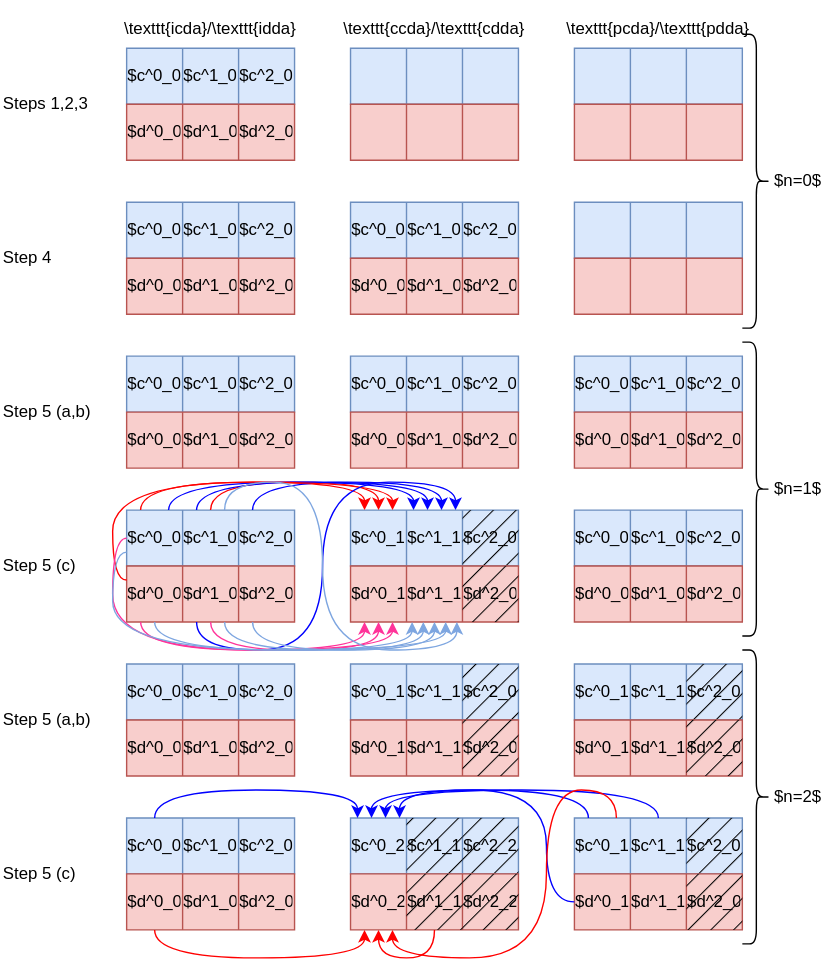
The draw.io diagram img/aim_qnm/arrays.svg in lucass-carneiro/phd-thesis, before a commit. Source tidied: cells renumbered, new cells last; positions are measured from the earlier drawing's top-left corner, leaving out a move shared by most shapes.
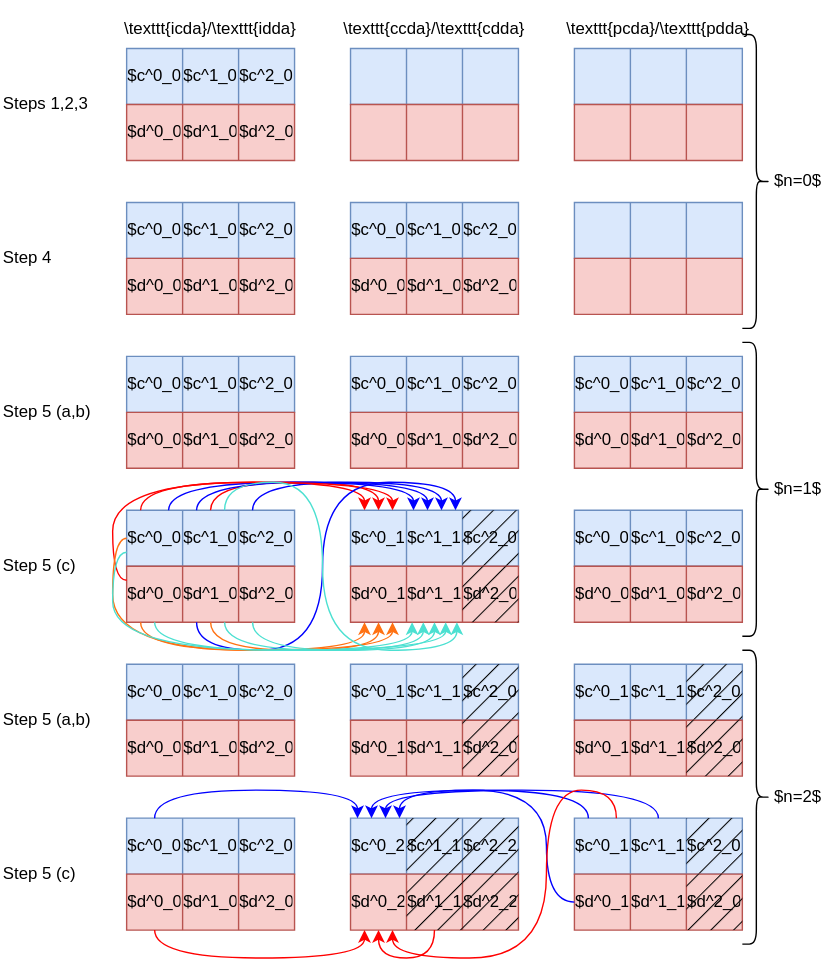
After the change.

The edit, as a diff of the source:
```diff
@@ -459,7 +459,7 @@
         </Array>
       </mxGeometry>
     </mxCell>
-    <mxCell id="137" style="endArrow=classic;html=1;rounded=0;strokeColor=#FF3399;elbow=vertical;jumpStyle=none;jumpSize=10;edgeStyle=orthogonalEdgeStyle;curved=1;" parent="1" edge="1">
+    <mxCell id="137" style="endArrow=classic;html=1;rounded=0;strokeColor=#FF7112;elbow=vertical;jumpStyle=none;jumpSize=10;edgeStyle=orthogonalEdgeStyle;curved=1;" parent="1" edge="1">
       <mxGeometry relative="1" as="geometry">
         <mxPoint x="100" y="444" as="sourcePoint" />
         <mxPoint x="260" y="444" as="targetPoint" />
@@ -469,7 +469,7 @@
         </Array>
       </mxGeometry>
     </mxCell>
-    <mxCell id="138" style="endArrow=classic;html=1;rounded=0;strokeColor=#FF3399;elbow=vertical;jumpStyle=none;jumpSize=10;edgeStyle=orthogonalEdgeStyle;curved=1;" parent="1" edge="1">
+    <mxCell id="138" style="endArrow=classic;html=1;rounded=0;strokeColor=#FF7112;elbow=vertical;jumpStyle=none;jumpSize=10;edgeStyle=orthogonalEdgeStyle;curved=1;" parent="1" edge="1">
       <mxGeometry relative="1" as="geometry">
         <mxPoint x="150" y="444" as="sourcePoint" />
         <mxPoint x="270" y="444" as="targetPoint" />
@@ -479,7 +479,7 @@
         </Array>
       </mxGeometry>
     </mxCell>
-    <mxCell id="139" style="endArrow=classic;html=1;rounded=0;strokeColor=#FF3399;elbow=vertical;jumpStyle=none;jumpSize=10;edgeStyle=orthogonalEdgeStyle;curved=1;" parent="1" edge="1">
+    <mxCell id="139" style="endArrow=classic;html=1;rounded=0;strokeColor=#FF7112;elbow=vertical;jumpStyle=none;jumpSize=10;edgeStyle=orthogonalEdgeStyle;curved=1;" parent="1" edge="1">
       <mxGeometry relative="1" as="geometry">
         <mxPoint x="90" y="384" as="sourcePoint" />
         <mxPoint x="280" y="444" as="targetPoint" />
@@ -490,7 +490,7 @@
         </Array>
       </mxGeometry>
     </mxCell>
-    <mxCell id="140" style="endArrow=classic;html=1;rounded=0;strokeColor=#7EA6E0;elbow=vertical;jumpStyle=none;jumpSize=10;edgeStyle=orthogonalEdgeStyle;curved=1;" parent="1" edge="1">
+    <mxCell id="140" style="endArrow=classic;html=1;rounded=0;strokeColor=#4CE0D1;elbow=vertical;jumpStyle=none;jumpSize=10;edgeStyle=orthogonalEdgeStyle;curved=1;" parent="1" edge="1">
       <mxGeometry relative="1" as="geometry">
         <mxPoint x="110" y="444" as="sourcePoint" />
         <mxPoint x="294" y="444" as="targetPoint" />
@@ -500,7 +500,7 @@
         </Array>
       </mxGeometry>
     </mxCell>
-    <mxCell id="141" style="endArrow=classic;html=1;rounded=0;strokeColor=#7EA6E0;elbow=vertical;jumpStyle=none;jumpSize=10;edgeStyle=orthogonalEdgeStyle;curved=1;" parent="1" edge="1">
+    <mxCell id="141" style="endArrow=classic;html=1;rounded=0;strokeColor=#4CE0D1;elbow=vertical;jumpStyle=none;jumpSize=10;edgeStyle=orthogonalEdgeStyle;curved=1;" parent="1" edge="1">
       <mxGeometry relative="1" as="geometry">
         <mxPoint x="160" y="444" as="sourcePoint" />
         <mxPoint x="302" y="444" as="targetPoint" />
@@ -510,7 +510,7 @@
         </Array>
       </mxGeometry>
     </mxCell>
-    <mxCell id="142" style="endArrow=classic;html=1;rounded=0;strokeColor=#7EA6E0;elbow=vertical;jumpStyle=none;jumpSize=10;edgeStyle=orthogonalEdgeStyle;curved=1;" parent="1" edge="1">
+    <mxCell id="142" style="endArrow=classic;html=1;rounded=0;strokeColor=#4CE0D1;elbow=vertical;jumpStyle=none;jumpSize=10;edgeStyle=orthogonalEdgeStyle;curved=1;" parent="1" edge="1">
       <mxGeometry relative="1" as="geometry">
         <mxPoint x="180" y="444" as="sourcePoint" />
         <mxPoint x="310" y="444" as="targetPoint" />
@@ -520,7 +520,7 @@
         </Array>
       </mxGeometry>
     </mxCell>
-    <mxCell id="143" style="endArrow=classic;html=1;rounded=0;strokeColor=#7EA6E0;elbow=vertical;jumpStyle=none;jumpSize=10;edgeStyle=orthogonalEdgeStyle;curved=1;" parent="1" edge="1">
+    <mxCell id="143" style="endArrow=classic;html=1;rounded=0;strokeColor=#4CE0D1;elbow=vertical;jumpStyle=none;jumpSize=10;edgeStyle=orthogonalEdgeStyle;curved=1;" parent="1" edge="1">
       <mxGeometry relative="1" as="geometry">
         <mxPoint x="90" y="394" as="sourcePoint" />
         <mxPoint x="318" y="444" as="targetPoint" />
@@ -531,7 +531,7 @@
         </Array>
       </mxGeometry>
     </mxCell>
-    <mxCell id="144" style="endArrow=classic;html=1;rounded=0;strokeColor=#7EA6E0;elbow=vertical;jumpStyle=none;jumpSize=10;edgeStyle=orthogonalEdgeStyle;curved=1;" parent="1" edge="1">
+    <mxCell id="144" style="endArrow=classic;html=1;rounded=0;strokeColor=#4CE0D1;elbow=vertical;jumpStyle=none;jumpSize=10;edgeStyle=orthogonalEdgeStyle;curved=1;" parent="1" edge="1">
       <mxGeometry relative="1" as="geometry">
         <mxPoint x="160" y="364" as="sourcePoint" />
         <mxPoint x="326" y="444" as="targetPoint" />
```
